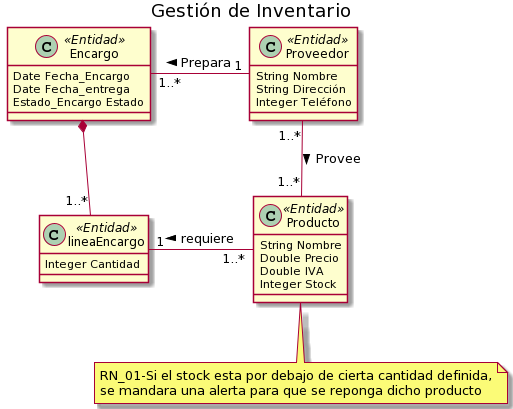
Above: mc/Gestión Inventario.png in alvnavriv/Proyecto-IR (PlantUML), before the change.
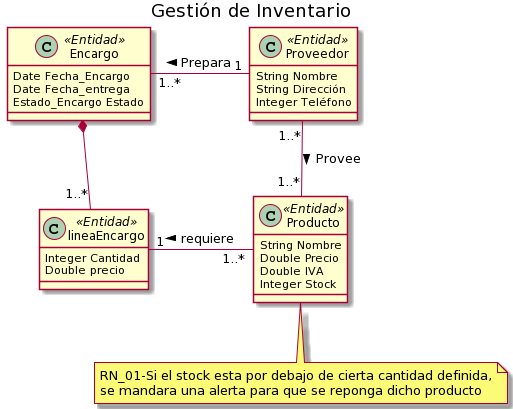
The same diagram one commit later.

The edit, as a diff of the source:
```diff
@@ -16,6 +16,7 @@
 
 Class lineaEncargo << Entidad >>{
 Integer Cantidad
+Double precio
 }
 
 Class Producto << Entidad >>{
```
